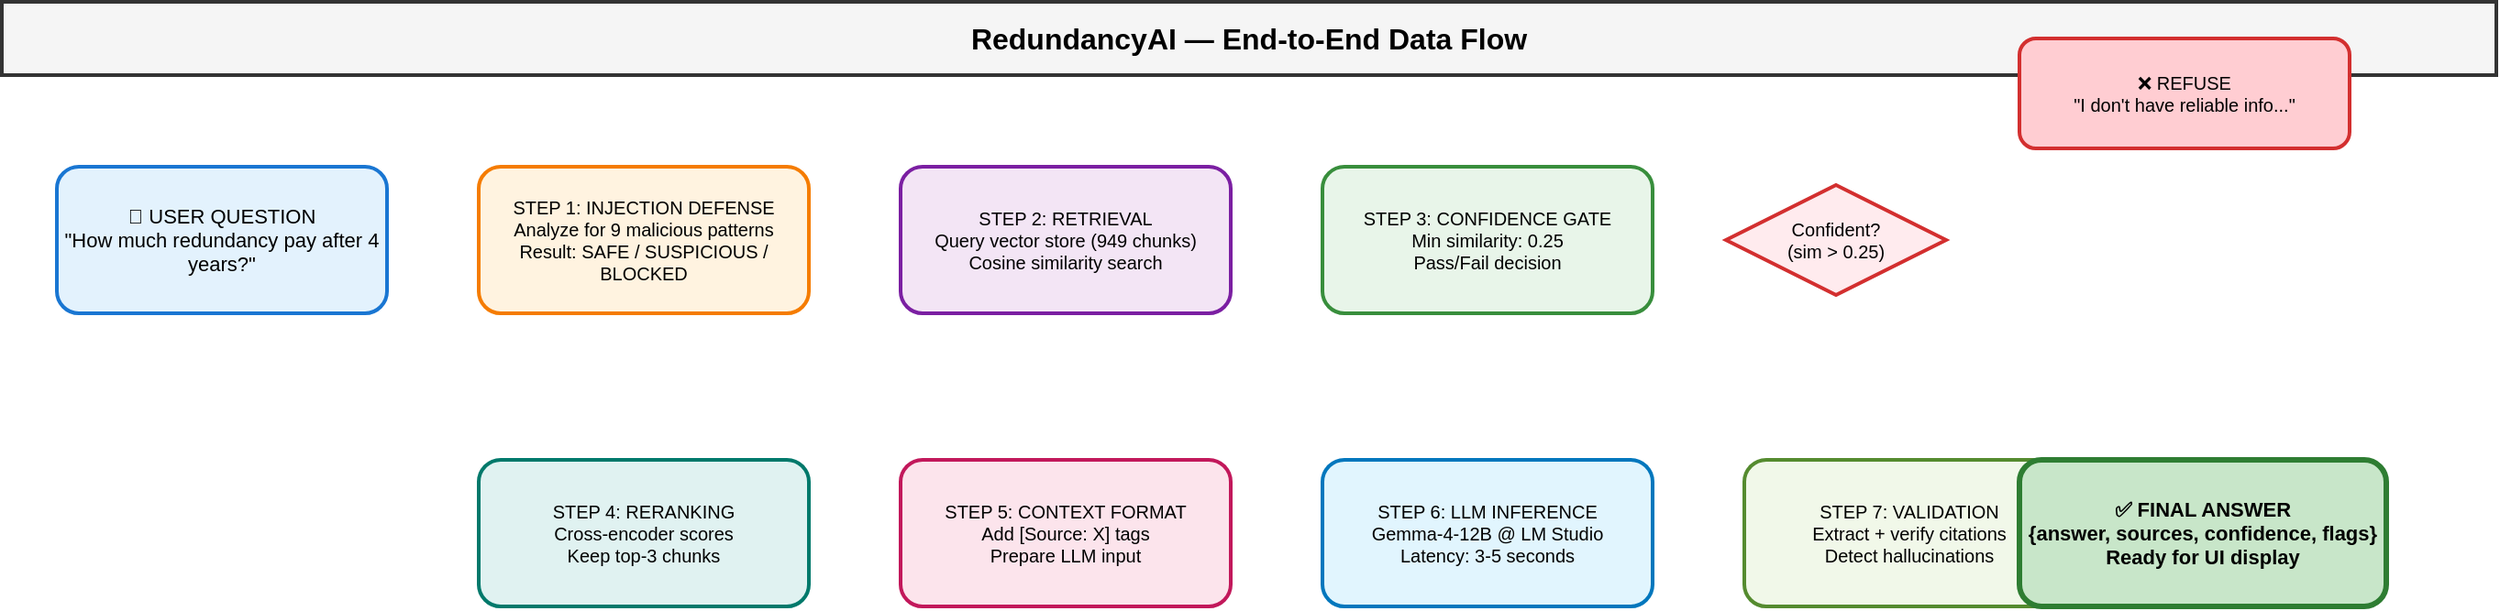
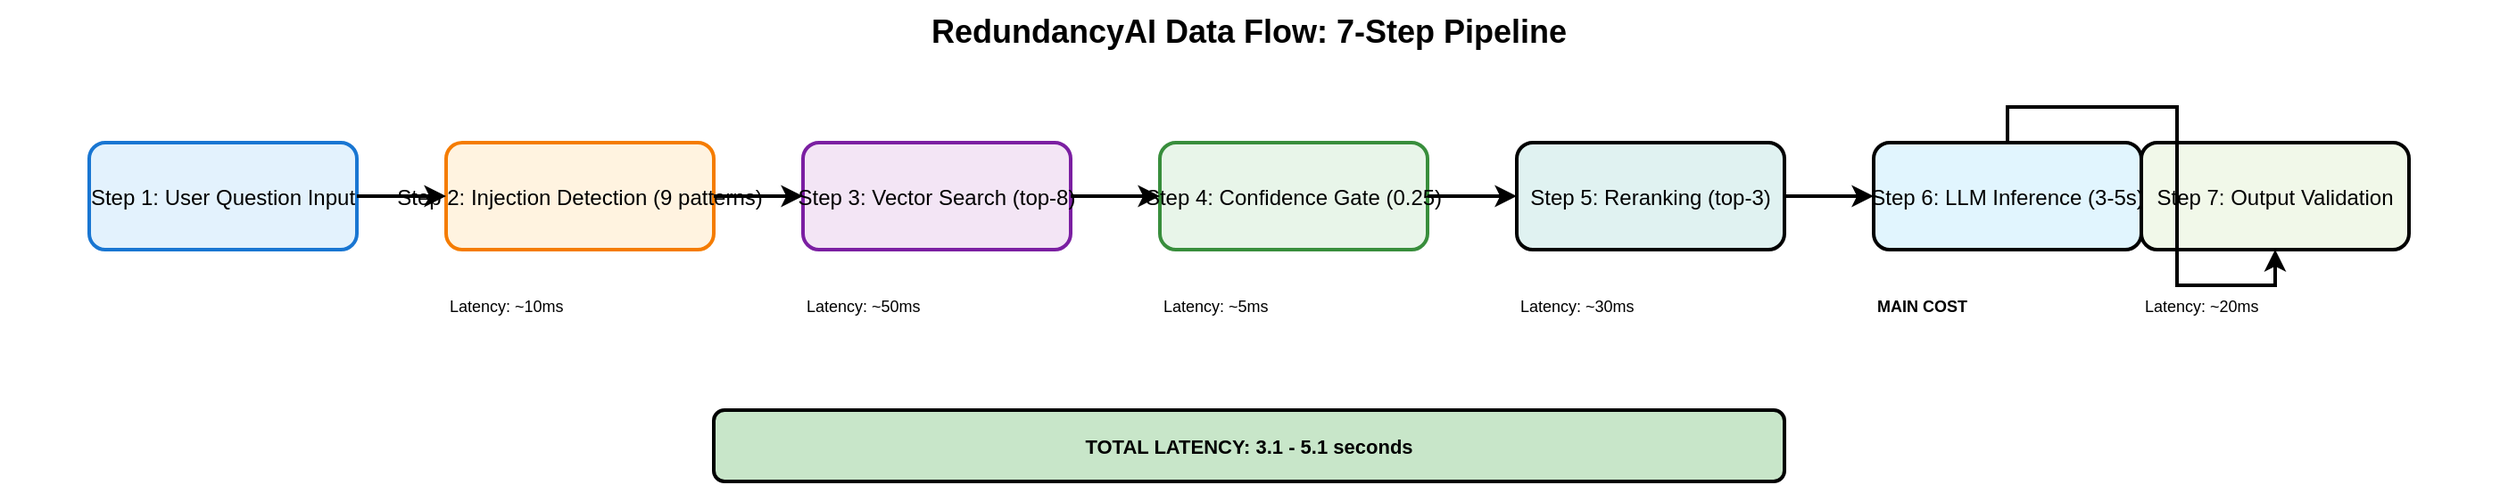
<?xml version="1.0" encoding="UTF-8"?>
<mxfile host="draw.io" modified="2026-07-21T00:00:00.000Z" agent="Claude Code" version="24.0" type="device">
  <diagram id="data-flow" name="Data Flow">
-     <mxGraphModel dx="1200" dy="1000" grid="1" gridSize="10" guides="1" tooltips="1" connect="1" arrows="1" fold="1" page="1" pageScale="1" pageWidth="1400" pageHeight="900" background="#ffffff" math="0" shadow="0">
+     <mxGraphModel dx="1400" dy="1000" grid="1" gridSize="10" guides="1" tooltips="1" connect="1" arrows="1" fold="1" page="1" pageScale="1" pageWidth="1400" pageHeight="1000" background="#ffffff">
      <root>
        <mxCell id="0" />
        <mxCell id="1" parent="0" />
- 
-         <!-- Title -->
-         <mxCell id="title" value="RedundancyAI — End-to-End Data Flow" style="rounded=0;whiteSpace=wrap;html=1;fillColor=#f5f5f5;strokeColor=#333;strokeWidth=2;fontSize=16;fontStyle=1;align=center" vertex="1" parent="1">
-           <mxGeometry x="20" y="10" width="1360" height="40" as="geometry" />
+         <mxCell id="title" value="RedundancyAI Data Flow: 7-Step Pipeline" style="text;fontSize=18;fontStyle=1;align=center" vertex="1" parent="1">
+           <mxGeometry x="0" y="20" width="1400" height="40" as="geometry" />
        </mxCell>
- 
-         <!-- INPUT: User Question -->
-         <mxCell id="user_q" value="👤 USER QUESTION&#10;&quot;How much redundancy pay after 4 years?&quot;" style="rounded=1;whiteSpace=wrap;html=1;fillColor=#e3f2fd;strokeColor=#1976d2;strokeWidth=2;fontSize=11;align=center" vertex="1" parent="1">
-           <mxGeometry x="50" y="100" width="180" height="80" as="geometry" />
+         <mxCell id="q1" value="Step 1: User Question Input" style="rounded=1;fillColor=#e3f2fd;strokeColor=#1976d2;strokeWidth=2" vertex="1" parent="1">
+           <mxGeometry x="50" y="100" width="150" height="60" as="geometry" />
        </mxCell>
- 
-         <!-- STEP 1: Injection Detection -->
-         <mxCell id="step1" value="STEP 1: INJECTION DEFENSE&#10;Analyze for 9 malicious patterns&#10;Result: SAFE / SUSPICIOUS / BLOCKED" style="rounded=1;whiteSpace=wrap;html=1;fillColor=#fff3e0;strokeColor=#f57c00;strokeWidth=2;fontSize=10" vertex="1" parent="1">
-           <mxGeometry x="280" y="100" width="180" height="80" as="geometry" />
+         <mxCell id="q2" value="Step 2: Injection Detection (9 patterns)" style="rounded=1;fillColor=#fff3e0;strokeColor=#f57c00;strokeWidth=2" vertex="1" parent="1">
+           <mxGeometry x="250" y="100" width="150" height="60" as="geometry" />
        </mxCell>
- 
-         <!-- STEP 2: Vector Store Retrieval -->
-         <mxCell id="step2" value="STEP 2: RETRIEVAL&#10;Query vector store (949 chunks)&#10;Cosine similarity search" style="rounded=1;whiteSpace=wrap;html=1;fillColor=#f3e5f5;strokeColor=#7b1fa2;strokeWidth=2;fontSize=10" vertex="1" parent="1">
-           <mxGeometry x="510" y="100" width="180" height="80" as="geometry" />
+         <mxCell id="q3" value="Step 3: Vector Search (top-8)" style="rounded=1;fillColor=#f3e5f5;strokeColor=#7b1fa2;strokeWidth=2" vertex="1" parent="1">
+           <mxGeometry x="450" y="100" width="150" height="60" as="geometry" />
        </mxCell>
- 
-         <!-- STEP 3: Confidence Gate -->
-         <mxCell id="step3" value="STEP 3: CONFIDENCE GATE&#10;Min similarity: 0.25&#10;Pass/Fail decision" style="rounded=1;whiteSpace=wrap;html=1;fillColor=#e8f5e9;strokeColor=#388e3c;strokeWidth=2;fontSize=10" vertex="1" parent="1">
-           <mxGeometry x="740" y="100" width="180" height="80" as="geometry" />
+         <mxCell id="q4" value="Step 4: Confidence Gate (0.25)" style="rounded=1;fillColor=#e8f5e9;strokeColor=#388e3c;strokeWidth=2" vertex="1" parent="1">
+           <mxGeometry x="650" y="100" width="150" height="60" as="geometry" />
        </mxCell>
- 
-         <!-- Decision Diamond -->
-         <mxCell id="decision" value="Confident?&#10;(sim &gt; 0.25)" style="rhombus;whiteSpace=wrap;html=1;fillColor=#ffebee;strokeColor=#d32f2f;strokeWidth=2;fontSize=10;align=center" vertex="1" parent="1">
-           <mxGeometry x="960" y="110" width="120" height="60" as="geometry" />
+         <mxCell id="q5" value="Step 5: Reranking (top-3)" style="rounded=1;fillColor=#e0f2f1;strokeColor#00796b;strokeWidth=2" vertex="1" parent="1">
+           <mxGeometry x="850" y="100" width="150" height="60" as="geometry" />
        </mxCell>
- 
-         <!-- FAIL PATH: No Answer -->
-         <mxCell id="fail_path" value="❌ REFUSE&#10;&quot;I don't have reliable info...&quot;" style="rounded=1;whiteSpace=wrap;html=1;fillColor=#ffcdd2;strokeColor=#d32f2f;strokeWidth=2;fontSize=10" vertex="1" parent="1">
-           <mxGeometry x="1120" y="30" width="180" height="60" as="geometry" />
+         <mxCell id="q6" value="Step 6: LLM Inference (3-5s)" style="rounded=1;fillColor=#e1f5fe;strokeColor#0277bd;strokeWidth=2" vertex="1" parent="1">
+           <mxGeometry x="1050" y="100" width="150" height="60" as="geometry" />
        </mxCell>
- 
-         <!-- SUCCESS PATH: Continue -->
-         <!-- STEP 4: Reranking -->
-         <mxCell id="step4" value="STEP 4: RERANKING&#10;Cross-encoder scores&#10;Keep top-3 chunks" style="rounded=1;whiteSpace=wrap;html=1;fillColor=#e0f2f1;strokeColor=#00796b;strokeWidth=2;fontSize=10" vertex="1" parent="1">
-           <mxGeometry x="280" y="260" width="180" height="80" as="geometry" />
+         <mxCell id="q7" value="Step 7: Output Validation" style="rounded=1;fillColor=#f1f8e9;strokeColor#558b2f;strokeWidth=2" vertex="1" parent="1">
+           <mxGeometry x="1200" y="100" width="150" height="60" as="geometry" />
        </mxCell>
- 
-         <!-- STEP 5: Context Formatting -->
-         <mxCell id="step5" value="STEP 5: CONTEXT FORMAT&#10;Add [Source: X] tags&#10;Prepare LLM input" style="rounded=1;whiteSpace=wrap;html=1;fillColor=#fce4ec;strokeColor=#c2185b;strokeWidth=2;fontSize=10" vertex="1" parent="1">
-           <mxGeometry x="510" y="260" width="180" height="80" as="geometry" />
-         </mxCell>
- 
-         <!-- STEP 6: LLM Inference -->
-         <mxCell id="step6" value="STEP 6: LLM INFERENCE&#10;Gemma-4-12B @ LM Studio&#10;Latency: 3-5 seconds" style="rounded=1;whiteSpace=wrap;html=1;fillColor=#e1f5fe;strokeColor=#0277bd;strokeWidth=2;fontSize=10" vertex="1" parent="1">
-           <mxGeometry x="740" y="260" width="180" height="80" as="geometry" />
-         </mxCell>
- 
-         <!-- STEP 7: Output Validation -->
-         <mxCell id="step7" value="STEP 7: VALIDATION&#10;Extract + verify citations&#10;Detect hallucinations" style="rounded=1;whiteSpace=wrap;html=1;fillColor=#f1f8e9;strokeColor=#558b2f;strokeWidth=2;fontSize=10" vertex="1" parent="1">
-           <mxGeometry x="970" y="260" width="180" height="80" as="geometry" />
-         </mxCell>
- 
-         <!-- OUTPUT: Final Answer -->
-         <mxCell id="output" value="✅ FINAL ANSWER&#10;{answer, sources, confidence, flags}&#10;Ready for UI display" style="rounded=1;whiteSpace=wrap;html=1;fillColor=#c8e6c9;strokeColor=#2e7d32;strokeWidth=3;fontSize=11;fontStyle=1;align=center" vertex="1" parent="1">
-           <mxGeometry x="1120" y="260" width="200" height="80" as="geometry" />
-         </mxCell>
- 
-         <!-- DATA SAMPLES -->
-         <mxCell id="data_title" value="DATA SAMPLES & METRICS" style="rounded=0;whiteSpace=wrap;html=1;fillColor=#f0f0f0;strokeColor=#333;strokeWidth=2;fontSize=12;fontStyle=1" vertex="1" parent="1">
-           <mxGeometry x="20" y="420" width="1360" height="30" as="geometry" />
-         </mxCell>
- 
-         <!-- Data sample boxes -->
-         <mxCell id="data1" value="INPUT (User Q)&#10;&quot;How much redundancy pay after 4 years?&quot;&#10;Tokens: ~20" style="rounded=1;whiteSpace=wrap;html=1;fillColor=#e3f2fd;strokeColor=#1976d2;strokeWidth=1;fontSize=9" vertex="1" parent="1">
-           <mxGeometry x="30" y="470" width="200" height="70" as="geometry" />
-         </mxCell>
- 
-         <mxCell id="data2" value="RETRIEVED (Top-3 chunks)&#10;- Chunk 1234: sim=0.62 [FWO_Redundancy_Pay]&#10;- Chunk 5678: sim=0.58 [FWA_Section_122]&#10;- Chunk 9012: sim=0.54 [Awards_Summary]" style="rounded=1;whiteSpace=wrap;html=1;fillColor=#f3e5f5;strokeColor=#7b1fa2;strokeWidth=1;fontSize=9" vertex="1" parent="1">
-           <mxGeometry x="270" y="470" width="260" height="70" as="geometry" />
-         </mxCell>
- 
-         <mxCell id="data3" value="LLM PROMPT CONTEXT&#10;System: &quot;You are an Australian Fair Work expert...&quot;&#10;Context: [3 chunks + sources]&#10;User: &quot;How much redundancy pay...&quot;" style="rounded=1;whiteSpace=wrap;html=1;fillColor#e1f5fe;strokeColor#0277bd;strokeWidth=1;fontSize=9" vertex="1" parent="1">
-           <mxGeometry x="570" y="470" width="260" height="70" as="geometry" />
-         </mxCell>
- 
-         <mxCell id="data4" value="LLM OUTPUT (Generated)&#10;&quot;4 weeks + 1 week per year = 7 weeks total [Source: FWO_Redundancy_Pay]&quot;&#10;Tokens: ~150" style="rounded=1;whiteSpace=wrap;html=1;fillColor#e0f2f1;strokeColor#00796b;strokeWidth=1;fontSize=9" vertex="1" parent="1">
-           <mxGeometry x="880" y="470" width="240" height="70" as="geometry" />
-         </mxCell>
- 
-         <mxCell id="data5" value="VALIDATED RESPONSE&#10;Answer: &quot;4 weeks + 1 week per year...&quot;&#10;Sources: [FWO_Redundancy_Pay]&#10;Confidence: 0.58 (HIGH)&#10;Hallucination: FALSE" style="rounded=1;whiteSpace=wrap;html=1;fillColor#c8e6c9;strokeColor#2e7d32;strokeWidth=1;fontSize=9" vertex="1" parent="1">
-           <mxGeometry x="1160" y="470" width="210" height="70" as="geometry" />
-         </mxCell>
- 
-         <!-- PERFORMANCE METRICS -->
-         <mxCell id="perf_title" value="LATENCY BREAKDOWN" style="rounded=0;whiteSpace=wrap;html=1;fillColor#f0f0f0;strokeColor#333;strokeWidth=2;fontSize=12;fontStyle=1" vertex="1" parent="1">
-           <mxGeometry x="20" y="600" width="1360" height="30" as="geometry" />
-         </mxCell>
- 
-         <mxCell id="perf1" value="Injection Detection&#10;~10 ms" style="rounded=1;whiteSpace=wrap;html=1;fillColor#fff3e0;strokeColor#f57c00;strokeWidth=1;fontSize=9" vertex="1" parent="1">
-           <mxGeometry x="40" y="650" width="130" height="50" as="geometry" />
-         </mxCell>
- 
-         <mxCell id="perf2" value="Vector Search&#10;~50 ms" style="rounded=1;whiteSpace=wrap;html=1;fillColor#f3e5f5;strokeColor#7b1fa2;strokeWidth=1;fontSize=9" vertex="1" parent="1">
-           <mxGeometry x="200" y="650" width="130" height="50" as="geometry" />
-         </mxCell>
- 
-         <mxCell id="perf3" value="Confidence Gate&#10;~5 ms" style="rounded=1;whiteSpace=wrap;html=1;fillColor#e8f5e9;strokeColor#388e3c;strokeWidth=1;fontSize=9" vertex="1" parent="1">
-           <mxGeometry x="360" y="650" width="130" height="50" as="geometry" />
-         </mxCell>
- 
-         <mxCell id="perf4" value="Reranking&#10;~30 ms" style="rounded=1;whiteSpace=wrap;html=1;fillColor#e0f2f1;strokeColor#00796b;strokeWidth=1;fontSize=9" vertex="1" parent="1">
-           <mxGeometry x="520" y="650" width="130" height="50" as="geometry" />
-         </mxCell>
- 
-         <mxCell id="perf5" value="Context Fmt&#10;~10 ms" style="rounded=1;whiteSpace=wrap;html=1;fillColor#fce4ec;strokeColor#c2185b;strokeWidth=1;fontSize=9" vertex="1" parent="1">
-           <mxGeometry x="680" y="650" width="130" height="50" as="geometry" />
-         </mxCell>
- 
-         <mxCell id="perf6" value="LLM Inference&#10;3000-5000 ms" style="rounded=1;whiteSpace=wrap;html=1;fillColor#e1f5fe;strokeColor#0277bd;strokeWidth=1;fontSize=9;fontStyle=1" vertex="1" parent="1">
-           <mxGeometry x="840" y="650" width="140" height="50" as="geometry" />
-         </mxCell>
- 
-         <mxCell id="perf7" value="Output Validation&#10;~20 ms" style="rounded=1;whiteSpace=wrap;html=1;fillColor#f1f8e9;strokeColor#558b2f;strokeWidth=1;fontSize=9" vertex="1" parent="1">
-           <mxGeometry x="1020" y="650" width="130" height="50" as="geometry" />
-         </mxCell>
- 
-         <mxCell id="perf_total" value="TOTAL: ~3.1-5.1 sec" style="rounded=1;whiteSpace=wrap;html=1;fillColor#c8e6c9;strokeColor#2e7d32;strokeWidth=2;fontSize=10;fontStyle=1" vertex="1" parent="1">
-           <mxGeometry x="1190" y="650" width="150" height="50" as="geometry" />
-         </mxCell>
- 
-         <!-- EDGES: Main flow -->
-         <mxCell id="e1" value="" style="edgeStyle=orthogonalEdgeStyle;rounded=0;orthogonalLoop=1;jettySize=auto;html=1;strokeColor=#333;strokeWidth=2;endArrow=classic;" edge="1" parent="1" source="user_q" target="step1">
+         <mxCell id="e1" value="" style="edgeStyle=orthogonalEdgeStyle;rounded=0;orthogonalLoop=1;jettySize=auto;endArrow=classic;strokeWidth=2" edge="1" parent="1" source="q1" target="q2">
          <mxGeometry relative="1" as="geometry" />
        </mxCell>
- 
-         <mxCell id="e2" value="" style="edgeStyle=orthogonalEdgeStyle;rounded=0;orthogonalLoop=1;jettySize=auto;html=1;strokeColor=#333;strokeWidth=2;endArrow=classic;" edge="1" parent="1" source="step1" target="step2">
+         <mxCell id="e2" value="" style="edgeStyle=orthogonalEdgeStyle;rounded=0;orthogonalLoop=1;jettySize=auto;endArrow=classic;strokeWidth=2" edge="1" parent="1" source="q2" target="q3">
          <mxGeometry relative="1" as="geometry" />
        </mxCell>
- 
-         <mxCell id="e3" value="" style="edgeStyle=orthogonalEdgeStyle;rounded=0;orthogonalLoop=1;jettySize=auto;html=1;strokeColor=#333;strokeWidth=2;endArrow=classic;" edge="1" parent="1" source="step2" target="step3">
+         <mxCell id="e3" value="" style="edgeStyle=orthogonalEdgeStyle;rounded=0;orthogonalLoop=1;jettySize=auto;endArrow=classic;strokeWidth=2" edge="1" parent="1" source="q3" target="q4">
          <mxGeometry relative="1" as="geometry" />
        </mxCell>
- 
-         <mxCell id="e4" value="" style="edgeStyle=orthogonalEdgeStyle;rounded=0;orthogonalLoop=1;jettySize=auto;html=1;strokeColor=#333;strokeWidth=2;endArrow=classic;" edge="1" parent="1" source="step3" target="decision">
+         <mxCell id="e4" value="" style="edgeStyle=orthogonalEdgeStyle;rounded=0;orthogonalLoop=1;jettySize=auto;endArrow=classic;strokeWidth=2" edge="1" parent="1" source="q4" target="q5">
          <mxGeometry relative="1" as="geometry" />
        </mxCell>
- 
-         <!-- Fail path -->
-         <mxCell id="e_fail" value="No" style="edgeStyle=orthogonalEdgeStyle;rounded=0;orthogonalLoop=1;jettySize=auto;html=1;strokeColor=#d32f2f;strokeWidth=2;endArrow=classic;" edge="1" parent="1" source="decision" target="fail_path">
+         <mxCell id="e5" value="" style="edgeStyle=orthogonalEdgeStyle;rounded=0;orthogonalLoop=1;jettySize=auto;endArrow=classic;strokeWidth=2" edge="1" parent="1" source="q5" target="q6">
          <mxGeometry relative="1" as="geometry" />
        </mxCell>
- 
-         <!-- Success path -->
-         <mxCell id="e_success" value="Yes" style="edgeStyle=orthogonalEdgeStyle;rounded=0;orthogonalLoop=1;jettySize=auto;html=1;strokeColor=#388e3c;strokeWidth=2;endArrow=classic;" edge="1" parent="1" source="decision" target="step4">
-           <mxGeometry relative="1" as="geometry">
-             <mxPoint x="1020" y="170" as="sourcePoint" />
-             <mxPoint x="370" y="260" as="targetPoint" />
-           </mxGeometry>
-         </mxCell>
- 
-         <mxCell id="e5" value="" style="edgeStyle=orthogonalEdgeStyle;rounded=0;orthogonalLoop=1;jettySize=auto;html=1;strokeColor#333;strokeWidth=2;endArrow=classic;" edge="1" parent="1" source="step4" target="step5">
+         <mxCell id="e6" value="" style="edgeStyle=orthogonalEdgeStyle;rounded=0;orthogonalLoop=1;jettySize=auto;endArrow=classic;strokeWidth=2" edge="1" parent="1" source="q6" target="q7">
          <mxGeometry relative="1" as="geometry" />
        </mxCell>
- 
-         <mxCell id="e6" value="" style="edgeStyle=orthogonalEdgeStyle;rounded=0;orthogonalLoop=1;jettySize=auto;html=1;strokeColor#333;strokeWidth=2;endArrow=classic;" edge="1" parent="1" source="step5" target="step6">
-           <mxGeometry relative="1" as="geometry" />
+         <mxCell id="m1" value="Latency: ~10ms" style="text;fontSize=9" vertex="1" parent="1">
+           <mxGeometry x="250" y="180" width="100" height="20" as="geometry" />
        </mxCell>
- 
-         <mxCell id="e7" value="" style="edgeStyle=orthogonalEdgeStyle;rounded=0;orthogonalLoop=1;jettySize=auto;html=1;strokeColor#333;strokeWidth=2;endArrow=classic;" edge="1" parent="1" source="step6" target="step7">
-           <mxGeometry relative="1" as="geometry" />
+         <mxCell id="m2" value="Latency: ~50ms" style="text;fontSize=9" vertex="1" parent="1">
+           <mxGeometry x="450" y="180" width="100" height="20" as="geometry" />
        </mxCell>
- 
-         <mxCell id="e8" value="" style="edgeStyle=orthogonalEdgeStyle;rounded=0;orthogonalLoop=1;jettySize=auto;html=1;strokeColor#333;strokeWidth=2;endArrow=classic;" edge="1" parent="1" source="step7" target="output">
-           <mxGeometry relative="1" as="geometry" />
+         <mxCell id="m3" value="Latency: ~5ms" style="text;fontSize=9" vertex="1" parent="1">
+           <mxGeometry x="650" y="180" width="100" height="20" as="geometry" />
+         </mxCell>
+         <mxCell id="m4" value="Latency: ~30ms" style="text;fontSize=9" vertex="1" parent="1">
+           <mxGeometry x="850" y="180" width="100" height="20" as="geometry" />
+         </mxCell>
+         <mxCell id="m5" value="MAIN COST" style="text;fontSize=9;fontStyle=1" vertex="1" parent="1">
+           <mxGeometry x="1050" y="180" width="100" height="20" as="geometry" />
+         </mxCell>
+         <mxCell id="m6" value="Latency: ~20ms" style="text;fontSize=9" vertex="1" parent="1">
+           <mxGeometry x="1200" y="180" width="100" height="20" as="geometry" />
+         </mxCell>
+         <mxCell id="total" value="TOTAL LATENCY: 3.1 - 5.1 seconds" style="rounded=1;fillColor=#c8e6c9;strokeColor#2e7d32;strokeWidth=2;fontSize=11;fontStyle=1" vertex="1" parent="1">
+           <mxGeometry x="400" y="250" width="600" height="40" as="geometry" />
        </mxCell>
      </root>
    </mxGraphModel>
  </diagram>
</mxfile>